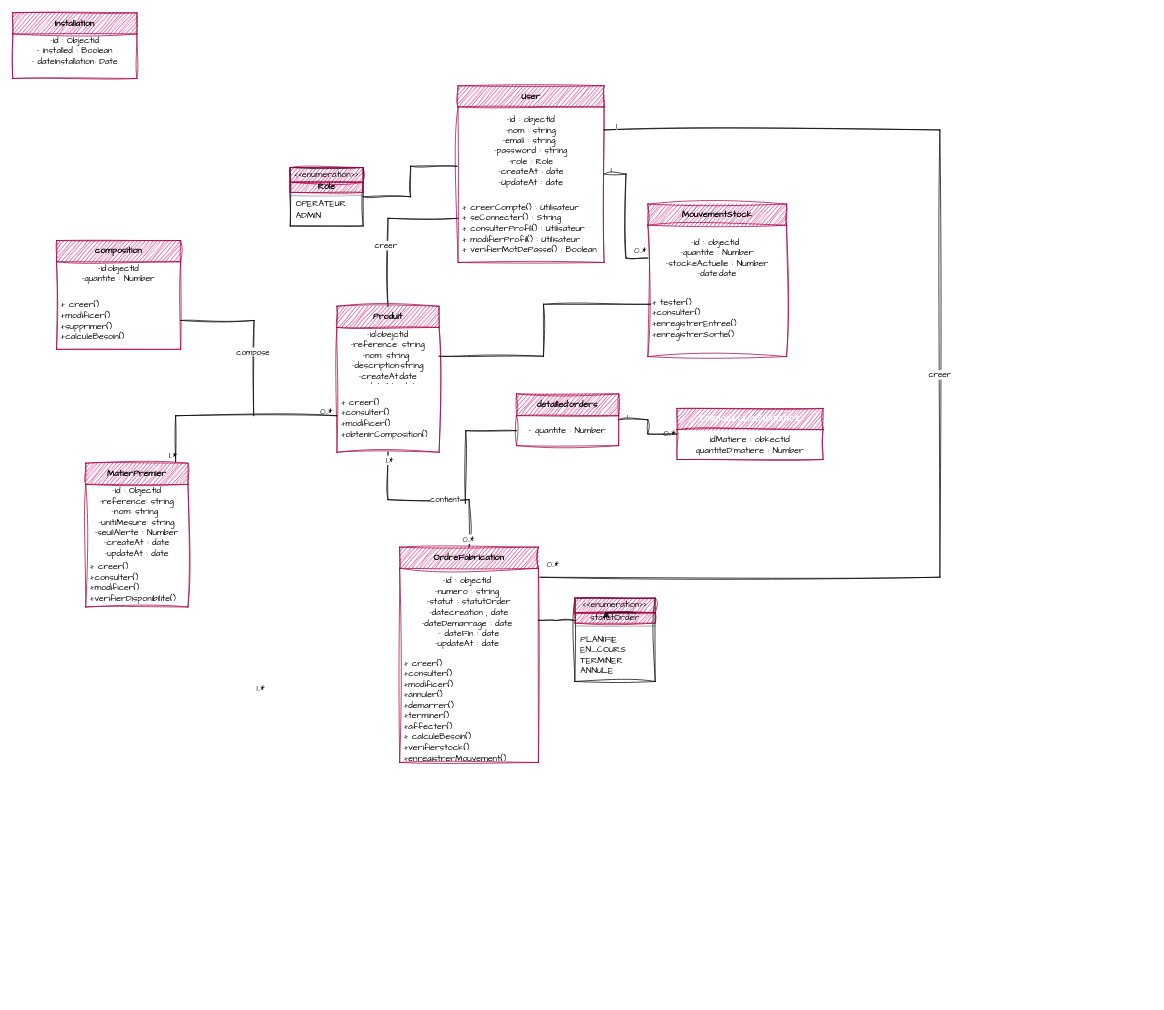
This is diagrammeClass.drawio from khaoula-khaldi/FactoryFlow, a draw.io file, before an edit. Source tidied: cells renumbered, new cells numbered last; positions are measured from the earlier drawing's top-left corner, leaving out a move shared by most shapes. Both pictures are drawn from the tidied source at 73%, with x=0, y=0 at pixel (12, 12).
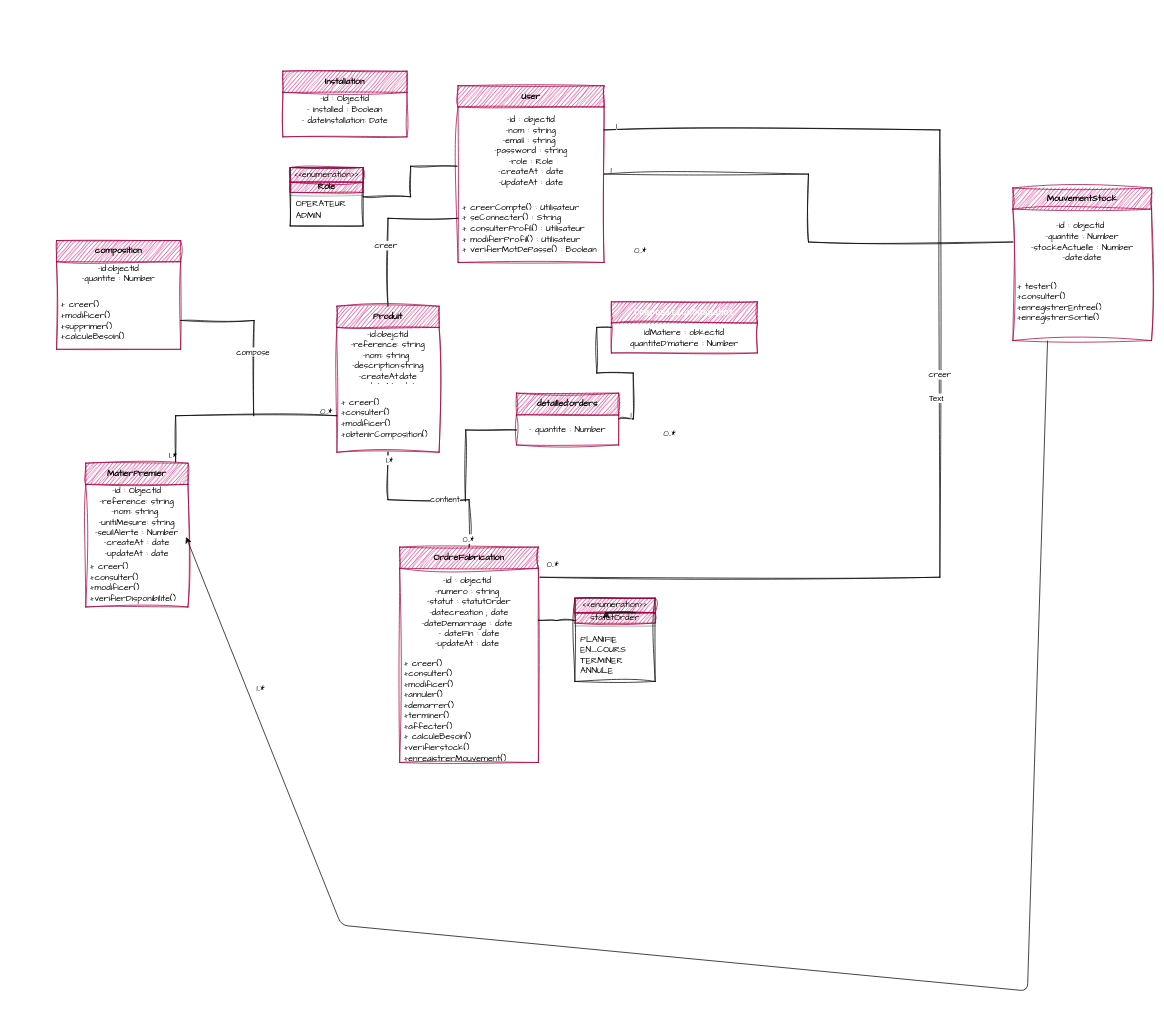
After the change.

Unchanged cells that the change refers to:
```xml
<mxCell id="17" value="&lt;div&gt;-id : ObjectId&lt;/div&gt;-reference: string&lt;div&gt;-nom: string&amp;nbsp;&lt;/div&gt;&lt;div&gt;-unitiMesure: string&lt;/div&gt;&lt;div&gt;-seuilAlerte : Number&lt;/div&gt;&lt;div&gt;-createAt : date&lt;/div&gt;&lt;div&gt;-updateAt : date&lt;/div&gt;" style="text;html=1;strokeColor=none;fillColor=none;align=center;verticalAlign=middle;spacingLeft=4;spacingRight=4;overflow=hidden;points=[[0,0.5],[1,0.5]];portConstraint=eastwest;whiteSpace=wrap;fontFamily=Architects Daughter;" parent="16" vertex="1">
  <mxGeometry y="29" width="140" height="104" as="geometry" />
</mxCell>
<mxCell id="20" value="&lt;div&gt;-id:obejctId&lt;/div&gt;-reference: string&lt;div&gt;-nom: string&amp;nbsp;&lt;/div&gt;&lt;div&gt;-description:string&lt;/div&gt;&lt;div&gt;-createAt:date&lt;/div&gt;&lt;div&gt;-updateAt : date&lt;/div&gt;&lt;div&gt;&lt;br&gt;&lt;/div&gt;&lt;div&gt;&lt;br&gt;&lt;/div&gt;" style="text;html=1;strokeColor=none;fillColor=none;align=center;verticalAlign=middle;spacingLeft=4;spacingRight=4;overflow=hidden;points=[[0,0.5],[1,0.5]];portConstraint=eastwest;whiteSpace=wrap;fontFamily=Architects Daughter;" parent="19" vertex="1">
  <mxGeometry y="29" width="140" height="79" as="geometry" />
</mxCell>
<mxCell id="36" value="+ tester()&lt;div&gt;+consulter()&lt;/div&gt;&lt;div&gt;+enregistrerEntree()&lt;/div&gt;&lt;div&gt;+enregistrerSortie()&lt;/div&gt;&lt;div&gt;&lt;br&gt;&lt;/div&gt;" style="text;html=1;strokeColor=none;fillColor=none;align=left;verticalAlign=middle;spacingLeft=4;spacingRight=4;overflow=hidden;points=[[0,0.5],[1,0.5]];portConstraint=eastwest;whiteSpace=wrap;fontFamily=Architects Daughter;" parent="34" vertex="1">
  <mxGeometry y="119" width="190" height="90" as="geometry" />
</mxCell>
<mxCell id="54" value="&lt;div&gt;- quantite : Number&lt;/div&gt;" style="text;html=1;strokeColor=none;fillColor=none;align=center;verticalAlign=middle;spacingLeft=4;spacingRight=4;overflow=hidden;points=[[0,0.5],[1,0.5]];portConstraint=eastwest;whiteSpace=wrap;fontFamily=Architects Daughter;" parent="52" vertex="1">
  <mxGeometry y="30" width="140" height="41" as="geometry" />
</mxCell>
<mxCell id="57" style="edgeStyle=orthogonalEdgeStyle;rounded=0;sketch=1;hachureGap=4;jiggle=2;curveFitting=1;jettySize=auto;html=1;exitX=1;exitY=0.25;exitDx=0;exitDy=0;entryX=1.011;entryY=0.101;entryDx=0;entryDy=0;entryPerimeter=0;fontFamily=Architects Daughter;endArrow=none;endFill=0;" parent="1" edge="1" source="5" target="32">
  <mxGeometry relative="1" as="geometry">
    <Array as="points">
      <mxPoint x="1270" y="160.5" />
      <mxPoint x="1270" y="773.2" />
    </Array>
  </mxGeometry>
</mxCell>
```

Change to the diagram source:
```diff
@@
+    <mxCell id="65" style="edgeStyle=none;html=1;exitX=0.25;exitY=1;exitDx=0;exitDy=0;entryX=0.982;entryY=0.694;entryDx=0;entryDy=0;entryPerimeter=0;" parent="1" edge="1" source="34" target="17">
+      <mxGeometry relative="1" as="geometry">
+        <Array as="points">
+          <mxPoint x="1390" y="1340" />
+          <mxPoint x="450" y="1250" />
+        </Array>
+      </mxGeometry>
+    </mxCell>
     <mxCell id="34" value="&lt;span style=&quot;color: light-dark(rgb(0, 0, 0), rgb(253, 243, 255));&quot;&gt;MouvementStock&lt;/span&gt;" style="swimlane;fontStyle=1;align=center;verticalAlign=middle;horizontal=1;startSize=29;html=1;whiteSpace=wrap;sketch=1;hachureGap=4;jiggle=2;curveFitting=1;fontFamily=Architects Daughter;fillColor=#d80073;fontColor=#ffffff;strokeColor=#A50040;" parent="1" vertex="1">
-      <mxGeometry x="870" y="262" width="190" height="209" as="geometry" />
+      <mxGeometry x="1370" y="240" width="190" height="209" as="geometry" />
     </mxCell>
@@
     <mxCell id="48" value="&lt;code&gt;CompositionSnapshot&lt;/code&gt;" style="swimlane;fontStyle=1;align=center;verticalAlign=middle;horizontal=1;startSize=29;html=1;whiteSpace=wrap;sketch=1;hachureGap=4;jiggle=2;curveFitting=1;fontFamily=Architects Daughter;fillColor=#d80073;fontColor=#ffffff;strokeColor=#A50040;" parent="1" vertex="1">
-      <mxGeometry x="910" y="542" width="200" height="70" as="geometry" />
+      <mxGeometry x="820" y="396" width="200" height="70" as="geometry" />
     </mxCell>
@@
     <mxCell id="52" value="&lt;span style=&quot;color: light-dark(rgb(0, 0, 0), rgb(253, 243, 255));&quot;&gt;detailled'orders&lt;/span&gt;" style="swimlane;fontStyle=1;align=center;verticalAlign=middle;horizontal=1;startSize=30;html=1;whiteSpace=wrap;sketch=1;hachureGap=4;jiggle=2;curveFitting=1;fontFamily=Architects Daughter;fillColor=#d80073;fontColor=#ffffff;strokeColor=#A50040;" parent="1" vertex="1">
-      <mxGeometry x="690" y="522" width="140" height="71" as="geometry" />
+      <mxGeometry x="690" y="521" width="140" height="71" as="geometry" />
     </mxCell>
     <mxCell id="53" style="edgeStyle=orthogonalEdgeStyle;rounded=0;sketch=1;hachureGap=4;jiggle=2;curveFitting=1;jettySize=auto;html=1;exitX=0;exitY=0.5;exitDx=0;exitDy=0;fontFamily=Architects Daughter;endArrow=none;endFill=0;" parent="52" edge="1" source="54">
       <mxGeometry relative="1" as="geometry">
-        <mxPoint x="-70" y="150" as="targetPoint" />
+        <mxPoint x="-70" y="148" as="targetPoint" />
       </mxGeometry>
     </mxCell>
@@
-    <mxCell id="55" style="edgeStyle=orthogonalEdgeStyle;rounded=0;sketch=1;hachureGap=4;jiggle=2;curveFitting=1;jettySize=auto;html=1;exitX=1;exitY=0.5;exitDx=0;exitDy=0;entryX=0.019;entryY=0.203;entryDx=0;entryDy=0;entryPerimeter=0;fontFamily=Architects Daughter;endArrow=none;endFill=0;" parent="1" edge="1" source="20" target="36">
-      <mxGeometry relative="1" as="geometry" />
-    </mxCell>
@@
+    <mxCell id="66" value="Text" style="edgeLabel;html=1;align=center;verticalAlign=middle;" parent="57" vertex="1">
+      <mxGeometry x="0.02" y="-6" relative="1" as="geometry" />
+    </mxCell>
@@
     <mxCell id="63" value="&lt;span style=&quot;color: rgb(0, 0, 0);&quot;&gt;Installation&lt;/span&gt;" style="swimlane;fontStyle=1;align=center;verticalAlign=middle;horizontal=1;startSize=29;html=1;whiteSpace=wrap;sketch=1;hachureGap=4;jiggle=2;curveFitting=1;fontFamily=Architects Daughter;fillColor=#d80073;fontColor=#ffffff;strokeColor=#A50040;" parent="1" vertex="1">
-      <mxGeometry width="170" height="90" as="geometry" />
+      <mxGeometry x="370" y="80" width="170" height="90" as="geometry" />
     </mxCell>
```
